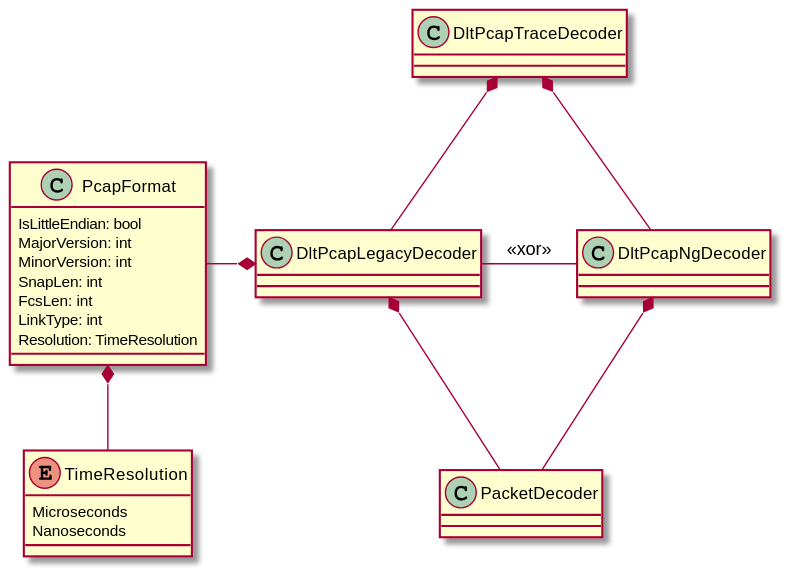
Above: apps/DltDump/docs/out/diagrams/dltpcaptracedecoder/DltPcapTraceDecoder.svg in jcurl/RJCP.DLL.Log (PlantUML), before the change.
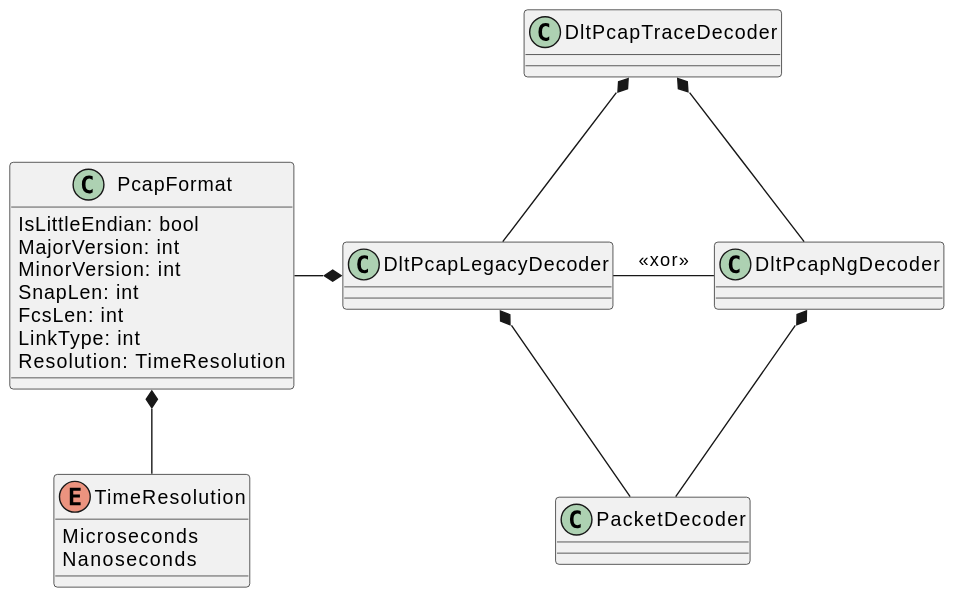
The same file after the commit.

Diff of the diagram source:
```diff
@@ -1,5 +1,4 @@
-@startuml DltPcapTraceDecoder
-
+@startuml
 class DltPcapTraceDecoder
 class DltPcapLegacyDecoder
 class DltPcapNgDecoder
@@ -28,5 +27,4 @@
 DltPcapLegacyDecoder *-d- PacketDecoder
 
 DltPcapNgDecoder *-d- PacketDecoder
-
 @enduml
```
